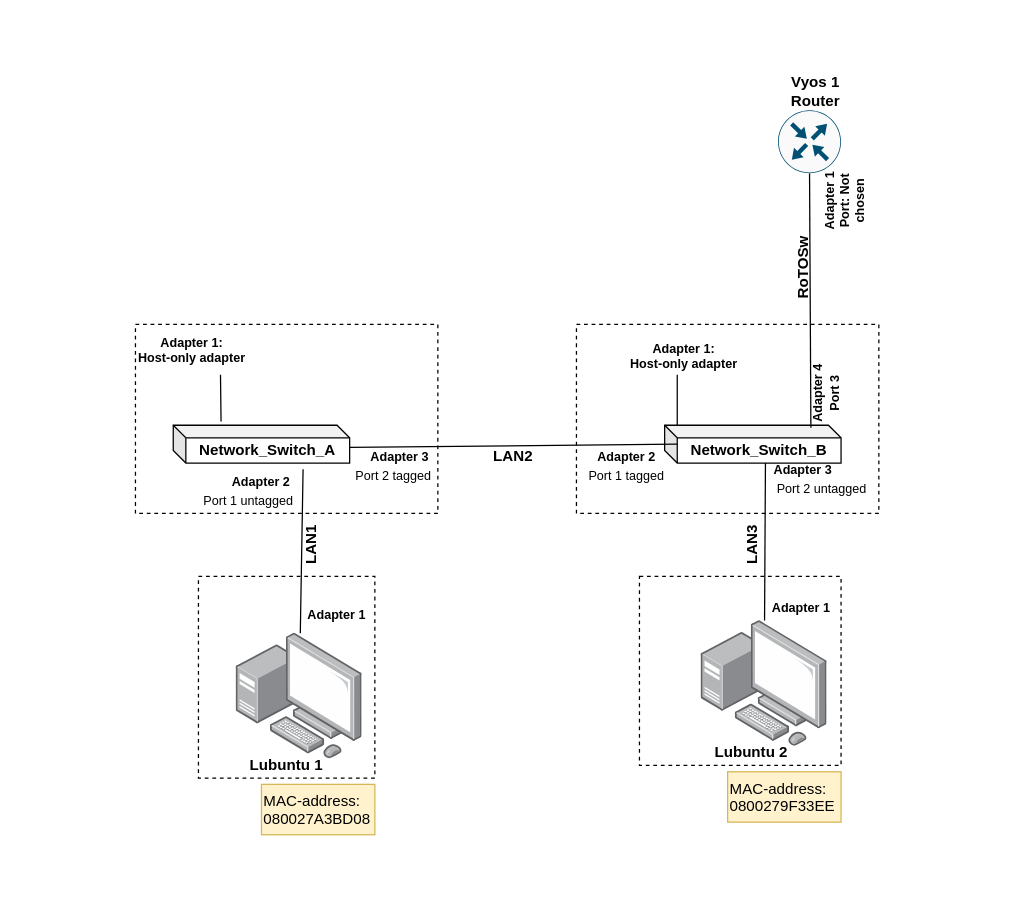
The draw.io diagram page "Physical Topology" (1 of 3) of documentation/E04/E04NetworkChart_04.drawio in Kjersheim/DataNetworksIntro2023, before the edit. Source tidied: cells renumbered, new cells numbered last; positions are measured from the earlier drawing's top-left corner, leaving out a move shared by most shapes. Both pictures are drawn from the tidied source at 126%, with x=0, y=0 at pixel (135, 72).
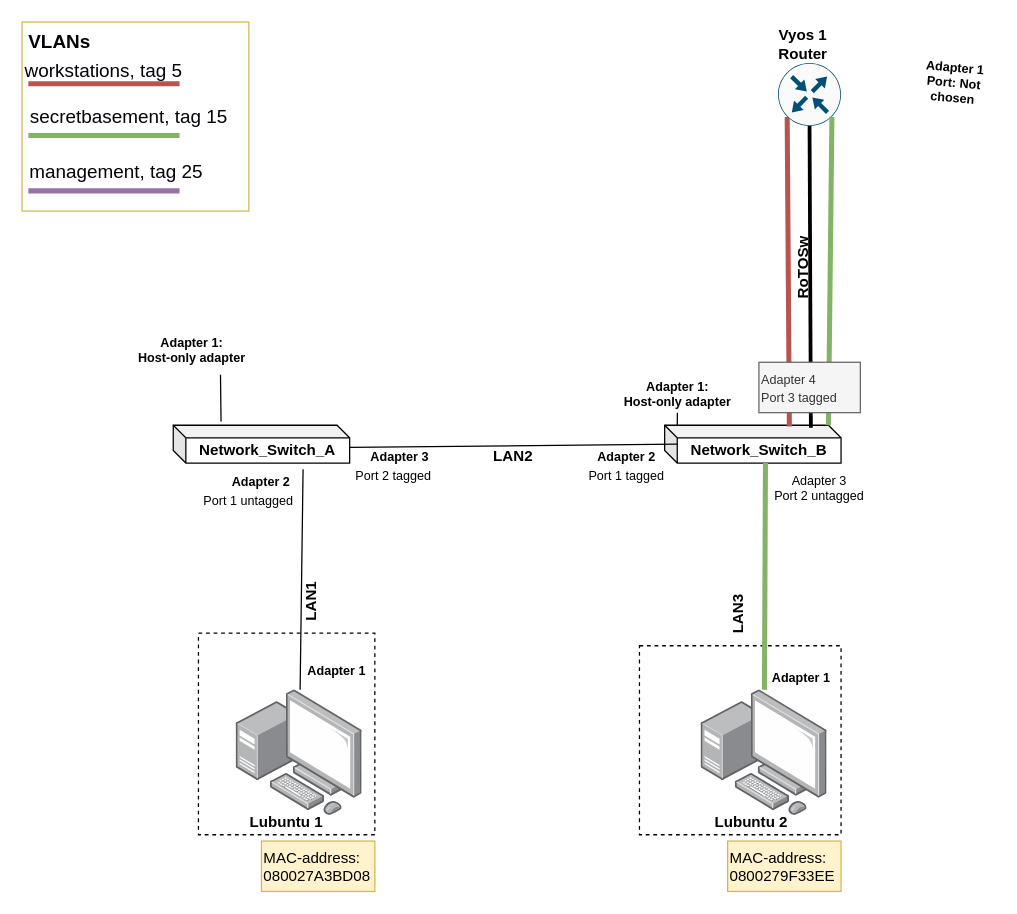
The same page after the edit.

Unchanged cells that the change refers to:
```xml
<mxCell id="11" value="Network_Switch_B" style="shape=cube;whiteSpace=wrap;html=1;boundedLbl=1;backgroundOutline=1;darkOpacity=0.05;darkOpacity2=0.1;direction=east;size=10;fontStyle=1;" parent="1" vertex="1">
  <mxGeometry x="420" y="280" width="140" height="30" as="geometry" />
</mxCell>
```

Change to the diagram source:
```diff
@@
+    <mxCell id="41" style="rounded=0;whiteSpace=wrap;html=1;labelBorderColor=none;fillStyle=auto;strokeColor=#d6b656;fontSize=15;fillColor=none;" parent="1" vertex="1">
+      <mxGeometry x="-90" y="-40" width="180" height="150" as="geometry" />
+    </mxCell>
     <mxCell id="2" style="rounded=0;whiteSpace=wrap;html=1;textOpacity=0;fillColor=none;dashed=1;" parent="1" vertex="1">
-      <mxGeometry x="400" y="400" width="160" height="150" as="geometry" />
+      <mxGeometry x="400" y="455" width="160" height="150" as="geometry" />
     </mxCell>
     <mxCell id="3" style="rounded=0;whiteSpace=wrap;html=1;textOpacity=0;fillColor=none;dashed=1;" parent="1" vertex="1">
-      <mxGeometry x="50" y="400" width="140" height="160" as="geometry" />
+      <mxGeometry x="50" y="445" width="140" height="160" as="geometry" />
     </mxCell>
-    <mxCell id="4" style="rounded=0;whiteSpace=wrap;html=1;textOpacity=0;fillColor=none;dashed=1;" parent="1" vertex="1">
-      <mxGeometry x="350" y="200" width="240" height="150" as="geometry" />
-    </mxCell>
-    <mxCell id="5" style="rounded=0;whiteSpace=wrap;html=1;textOpacity=0;fillColor=none;dashed=1;" parent="1" vertex="1">
-      <mxGeometry y="200" width="240" height="150" as="geometry" />
-    </mxCell>
     <mxCell id="6" style="points=[];html=1;align=center;shadow=0;dashed=0;image;image=img/lib/allied_telesis/computer_and_terminals/Personal_Computer_with_Server.svg;" parent="1" vertex="1">
-      <mxGeometry x="80" y="445" width="100" height="100" as="geometry" />
+      <mxGeometry x="80" y="490" width="100" height="100" as="geometry" />
     </mxCell>
     <mxCell id="7" value="Lubuntu 1" style="text;strokeColor=none;align=center;fillColor=none;html=1;verticalAlign=middle;whiteSpace=wrap;rounded=0;fontStyle=1;" parent="1" vertex="1">
-      <mxGeometry x="90" y="535" width="60" height="30" as="geometry" />
+      <mxGeometry x="90" y="580" width="60" height="30" as="geometry" />
     </mxCell>
     <mxCell id="8" style="points=[];html=1;align=center;shadow=0;dashed=0;image;image=img/lib/allied_telesis/computer_and_terminals/Personal_Computer_with_Server.svg;" parent="1" vertex="1">
-      <mxGeometry x="449" y="435" width="100" height="100" as="geometry" />
+      <mxGeometry x="449" y="490" width="100" height="100" as="geometry" />
     </mxCell>
     <mxCell id="9" value="Lubuntu 2" style="text;strokeColor=none;align=center;fillColor=none;html=1;verticalAlign=middle;whiteSpace=wrap;rounded=0;fontStyle=1;" parent="1" vertex="1">
-      <mxGeometry x="459" y="525" width="60" height="30" as="geometry" />
+      <mxGeometry x="459" y="580" width="60" height="30" as="geometry" />
     </mxCell>
@@
-    <mxCell id="13" style="endArrow=none;html=1;rounded=0;" parent="1" edge="1" source="8">
+    <mxCell id="13" style="endArrow=none;html=1;rounded=0;strokeWidth=4;fillColor=#d5e8d4;strokeColor=#82b366;" parent="1" edge="1" source="8">
       <mxGeometry relative="1" as="geometry">
         <mxPoint x="500" y="310" as="targetPoint" />
       </mxGeometry>
     </mxCell>
@@
-    <mxCell id="17" value="Adapter 3" style="text;strokeColor=none;align=center;fillColor=none;html=1;verticalAlign=middle;whiteSpace=wrap;rounded=0;rotation=0;fontStyle=1;fontSize=10;" parent="1" vertex="1">
-      <mxGeometry x="489.5" y="300" width="80" height="30" as="geometry" />
-    </mxCell>
     <mxCell id="18" value="Adapter 1" style="text;strokeColor=none;align=center;fillColor=none;html=1;verticalAlign=middle;whiteSpace=wrap;rounded=0;rotation=0;fontStyle=1;fontSize=10;" parent="1" vertex="1">
-      <mxGeometry x="120" y="415" width="80" height="30" as="geometry" />
+      <mxGeometry x="120" y="460" width="80" height="30" as="geometry" />
     </mxCell>
     <mxCell id="19" value="&lt;font style=&quot;font-size: 10px;&quot;&gt;Adapter 1&amp;nbsp;&lt;/font&gt;" style="text;strokeColor=none;align=center;fillColor=none;html=1;verticalAlign=middle;whiteSpace=wrap;rounded=0;rotation=0;fontStyle=1;" parent="1" vertex="1">
-      <mxGeometry x="489.5" y="410" width="80" height="30" as="geometry" />
+      <mxGeometry x="489.5" y="465" width="80" height="30" as="geometry" />
     </mxCell>
@@
-    <mxCell id="22" style="endArrow=none;html=1;rounded=0;" parent="1" edge="1">
+    <mxCell id="22" style="endArrow=none;html=1;rounded=0;startArrow=none;" parent="1" edge="1" source="23">
       <mxGeometry relative="1" as="geometry">
-        <mxPoint x="430" y="280" as="sourcePoint" />
         <mxPoint x="430" y="240" as="targetPoint" />
       </mxGeometry>
     </mxCell>
-    <mxCell id="23" value="&lt;font style=&quot;font-size: 10px;&quot;&gt;Adapter 1:&lt;br style=&quot;font-size: 10px;&quot;&gt;Host-only adapter&lt;/font&gt;" style="text;strokeColor=none;align=center;fillColor=none;html=1;verticalAlign=middle;whiteSpace=wrap;rounded=0;dashed=1;fontSize=10;fontStyle=1;" parent="1" vertex="1">
-      <mxGeometry x="384.8" y="210" width="100.5" height="30" as="geometry" />
-    </mxCell>
@@
     <mxCell id="27" value="&lt;b&gt;&lt;font style=&quot;font-size: 12px;&quot;&gt;LAN1&lt;/font&gt;&lt;/b&gt;" style="text;strokeColor=none;align=center;fillColor=none;html=1;verticalAlign=middle;whiteSpace=wrap;rounded=0;dashed=1;fontSize=10;rotation=-90;" parent="1" vertex="1">
-      <mxGeometry x="110" y="360" width="60" height="30" as="geometry" />
+      <mxGeometry x="110" y="405" width="60" height="30" as="geometry" />
     </mxCell>
     <mxCell id="28" value="&lt;b&gt;&lt;font style=&quot;font-size: 12px;&quot;&gt;LAN3&lt;/font&gt;&lt;/b&gt;" style="text;strokeColor=none;align=center;fillColor=none;html=1;verticalAlign=middle;whiteSpace=wrap;rounded=0;dashed=1;fontSize=10;rotation=-90;" parent="1" vertex="1">
-      <mxGeometry x="460" y="360" width="60" height="30" as="geometry" />
+      <mxGeometry x="449" y="415" width="60" height="30" as="geometry" />
     </mxCell>
@@
-    <mxCell id="30" value="Port 2 untagged" style="text;strokeColor=none;align=center;fillColor=none;html=1;verticalAlign=middle;whiteSpace=wrap;rounded=0;dashed=1;fontSize=10;" parent="1" vertex="1">
-      <mxGeometry x="500" y="320" width="90" height="20" as="geometry" />
+    <mxCell id="30" value="Adapter 3&lt;br&gt;Port 2 untagged" style="text;align=center;html=1;verticalAlign=middle;whiteSpace=wrap;rounded=0;dashed=1;fontSize=10;" parent="1" vertex="1">
+      <mxGeometry x="500" y="310" width="85.5" height="40" as="geometry" />
     </mxCell>
@@
-    <mxCell id="33" style="rounded=0;jettySize=auto;html=1;exitX=0.5;exitY=1;exitDx=0;exitDy=0;exitPerimeter=0;entryX=0.829;entryY=0.067;entryDx=0;entryDy=0;entryPerimeter=0;endArrow=none;endFill=0;" parent="1" edge="1" source="34" target="11">
+    <mxCell id="33" style="rounded=0;jettySize=auto;html=1;exitX=0.5;exitY=1;exitDx=0;exitDy=0;exitPerimeter=0;entryX=0.829;entryY=0.067;entryDx=0;entryDy=0;entryPerimeter=0;endArrow=none;endFill=0;strokeWidth=3;" parent="1" edge="1" source="34" target="11">
       <mxGeometry relative="1" as="geometry" />
     </mxCell>
+    <mxCell id="42" style="edgeStyle=none;rounded=0;jettySize=auto;html=1;exitX=0.145;exitY=0.855;exitDx=0;exitDy=0;exitPerimeter=0;entryX=0.707;entryY=0.033;entryDx=0;entryDy=0;entryPerimeter=0;strokeColor=#b85450;strokeWidth=4;fontSize=15;fontColor=#020308;endArrow=none;endFill=0;fillColor=#f8cecc;" parent="1" edge="1" source="34" target="11">
+      <mxGeometry relative="1" as="geometry" />
+    </mxCell>
     <mxCell id="34" style="sketch=0;points=[[0.5,0,0],[1,0.5,0],[0.5,1,0],[0,0.5,0],[0.145,0.145,0],[0.8555,0.145,0],[0.855,0.8555,0],[0.145,0.855,0]];verticalLabelPosition=bottom;html=1;verticalAlign=top;align=center;shape=mxgraph.cisco19.rect;prIcon=router;fillColor=#FAFAFA;strokeColor=#005073;" parent="1" vertex="1">
-      <mxGeometry x="510" y="30" width="50" height="50" as="geometry" />
+      <mxGeometry x="510" y="-7.5" width="50" height="50" as="geometry" />
     </mxCell>
     <mxCell id="35" value="Vyos 1&lt;br&gt;Router" style="text;strokeColor=none;align=center;fillColor=none;html=1;verticalAlign=middle;whiteSpace=wrap;rounded=0;fontStyle=1;" parent="1" vertex="1">
-      <mxGeometry x="509.5" width="60" height="30" as="geometry" />
+      <mxGeometry x="500" y="-37.5" width="60" height="30" as="geometry" />
     </mxCell>
@@
+    <mxCell id="43" style="edgeStyle=none;rounded=0;jettySize=auto;html=1;exitX=0.855;exitY=0.8555;exitDx=0;exitDy=0;entryX=0;entryY=0;entryDx=130;entryDy=0;strokeColor=#82b366;strokeWidth=4;fontSize=15;fontColor=#020308;endArrow=none;endFill=0;fillColor=#d5e8d4;exitPerimeter=0;entryPerimeter=0;" parent="1" edge="1" source="34" target="11">
+      <mxGeometry relative="1" as="geometry" />
+    </mxCell>
-    <mxCell id="37" value="Adapter 1&lt;br&gt;Port: Not chosen" style="text;strokeColor=none;align=center;fillColor=none;html=1;verticalAlign=middle;whiteSpace=wrap;rounded=0;rotation=-90;fontStyle=1;fontSize=10;" parent="1" vertex="1">
-      <mxGeometry x="532.5" y="82.5" width="60" height="40" as="geometry" />
+    <mxCell id="37" value="Adapter 1&lt;br&gt;Port: Not chosen" style="text;strokeColor=none;align=center;fillColor=none;html=1;verticalAlign=middle;whiteSpace=wrap;rounded=0;rotation=5;fontStyle=1;fontSize=10;" parent="1" vertex="1">
+      <mxGeometry x="620" y="-12.5" width="60" height="40" as="geometry" />
     </mxCell>
+    <mxCell id="39" value="MAC-address:&lt;br&gt;080027A3BD08" style="text;strokeColor=#d6b656;align=left;fillColor=#fff2cc;html=1;verticalAlign=top;rounded=0;whiteSpace=wrap;labelBorderColor=none;fillStyle=auto;" parent="1" vertex="1">
+      <mxGeometry x="100" y="610" width="90" height="40" as="geometry" />
+    </mxCell>
-    <mxCell id="38" value="&lt;font style=&quot;font-size: 10px;&quot;&gt;Adapter 4&lt;br&gt;Port 3&lt;br&gt;&lt;br&gt;&lt;/font&gt;" style="text;strokeColor=none;align=center;fillColor=none;html=1;verticalAlign=middle;whiteSpace=wrap;rounded=0;rotation=-90;fontStyle=1;" parent="1" vertex="1">
-      <mxGeometry x="524" y="245" width="62.5" height="20" as="geometry" />
+    <mxCell id="38" value="&lt;font style=&quot;font-size: 10px;&quot;&gt;Adapter 4&lt;br&gt;Port 3 tagged&lt;br&gt;&lt;br&gt;&lt;/font&gt;" style="text;align=left;html=1;verticalAlign=top;whiteSpace=wrap;rounded=0;rotation=0;fontStyle=0;fillColor=#f5f5f5;fontColor=#333333;strokeColor=#666666;" parent="1" vertex="1">
+      <mxGeometry x="494.8" y="230" width="80.5" height="40" as="geometry" />
     </mxCell>
-    <mxCell id="39" value="MAC-address:&lt;br&gt;080027A3BD08" style="text;strokeColor=#d6b656;align=left;fillColor=#fff2cc;html=1;verticalAlign=top;rounded=0;whiteSpace=wrap;labelBorderColor=none;fillStyle=auto;" parent="1" vertex="1">
-      <mxGeometry x="100" y="565" width="90" height="40" as="geometry" />
-    </mxCell>
     <mxCell id="40" value="MAC-address:&lt;br&gt;0800279F33EE" style="text;strokeColor=#d6b656;align=left;fillColor=#fff2cc;html=1;verticalAlign=top;rounded=0;whiteSpace=wrap;labelBorderColor=none;fillStyle=auto;" parent="1" vertex="1">
-      <mxGeometry x="470" y="555" width="90" height="40" as="geometry" />
+      <mxGeometry x="470" y="610" width="90" height="40" as="geometry" />
     </mxCell>
+    <mxCell id="44" style="edgeStyle=none;rounded=0;orthogonalLoop=1;jettySize=auto;html=1;endArrow=none;endFill=0;strokeWidth=4;strokeColor=#82b366;fillColor=#d5e8d4;" parent="1" edge="1">
+      <mxGeometry relative="1" as="geometry">
+        <mxPoint x="35" y="50" as="sourcePoint" />
+        <mxPoint x="-85" y="50" as="targetPoint" />
+      </mxGeometry>
+    </mxCell>
+    <mxCell id="45" value="&lt;font color=&quot;#020308&quot; style=&quot;font-size: 15px;&quot;&gt;VLANs&lt;/font&gt;" style="text;strokeColor=none;align=center;fillColor=none;html=1;verticalAlign=middle;whiteSpace=wrap;rounded=0;fontSize=15;fontColor=#3355FF;fontStyle=1;" parent="1" vertex="1">
+      <mxGeometry x="-90" y="-40" width="60" height="30" as="geometry" />
+    </mxCell>
+    <mxCell id="46" value="workstations, tag 5" style="text;strokeColor=none;align=center;fillColor=none;html=1;verticalAlign=middle;whiteSpace=wrap;rounded=0;fontSize=15;fontColor=#020308;" parent="1" vertex="1">
+      <mxGeometry x="-90" y="-10" width="130" height="15" as="geometry" />
+    </mxCell>
+    <mxCell id="47" style="edgeStyle=none;rounded=0;orthogonalLoop=1;jettySize=auto;html=1;endArrow=none;endFill=0;strokeWidth=4;strokeColor=#b85450;fillColor=#f8cecc;" parent="1" edge="1">
+      <mxGeometry relative="1" as="geometry">
+        <mxPoint x="35" y="9" as="sourcePoint" />
+        <mxPoint x="-85" y="9" as="targetPoint" />
+      </mxGeometry>
+    </mxCell>
+    <mxCell id="48" value="secretbasement, tag 15" style="text;strokeColor=none;align=center;fillColor=none;html=1;verticalAlign=middle;whiteSpace=wrap;rounded=0;fontSize=15;fontColor=#020308;" parent="1" vertex="1">
+      <mxGeometry x="-90" y="27.5" width="170" height="15" as="geometry" />
+    </mxCell>
+    <mxCell id="49" style="edgeStyle=none;rounded=0;orthogonalLoop=1;jettySize=auto;html=1;endArrow=none;endFill=0;strokeWidth=4;strokeColor=#9673a6;fillColor=#e1d5e7;" parent="1" edge="1">
+      <mxGeometry relative="1" as="geometry">
+        <mxPoint x="35" y="94" as="sourcePoint" />
+        <mxPoint x="-85" y="94" as="targetPoint" />
+      </mxGeometry>
+    </mxCell>
+    <mxCell id="50" value="management, tag 25" style="text;strokeColor=none;align=center;fillColor=none;html=1;verticalAlign=middle;whiteSpace=wrap;rounded=0;fontSize=15;fontColor=#020308;" parent="1" vertex="1">
+      <mxGeometry x="-90" y="70" width="150" height="15" as="geometry" />
+    </mxCell>
+    <mxCell id="51" style="edgeStyle=none;rounded=0;orthogonalLoop=1;jettySize=auto;html=1;exitX=0.5;exitY=1;exitDx=0;exitDy=0;strokeColor=#99FF99;strokeWidth=4;fontSize=15;fontColor=#020308;endArrow=none;endFill=0;" parent="1" edge="1" source="48" target="48">
+      <mxGeometry relative="1" as="geometry" />
+    </mxCell>
+    <mxCell id="52" style="endArrow=none;html=1;rounded=0;" parent="1" edge="1" target="23">
+      <mxGeometry relative="1" as="geometry">
+        <mxPoint x="430" y="280" as="sourcePoint" />
+      </mxGeometry>
+    </mxCell>
+    <mxCell id="23" value="&lt;font style=&quot;font-size: 10px;&quot;&gt;Adapter 1:&lt;br style=&quot;font-size: 10px;&quot;&gt;Host-only adapter&lt;/font&gt;" style="text;strokeColor=none;align=center;fillColor=none;html=1;verticalAlign=middle;whiteSpace=wrap;rounded=0;dashed=1;fontSize=10;fontStyle=1;" parent="1" vertex="1">
+      <mxGeometry x="380" y="240" width="100.5" height="30" as="geometry" />
+    </mxCell>
```
